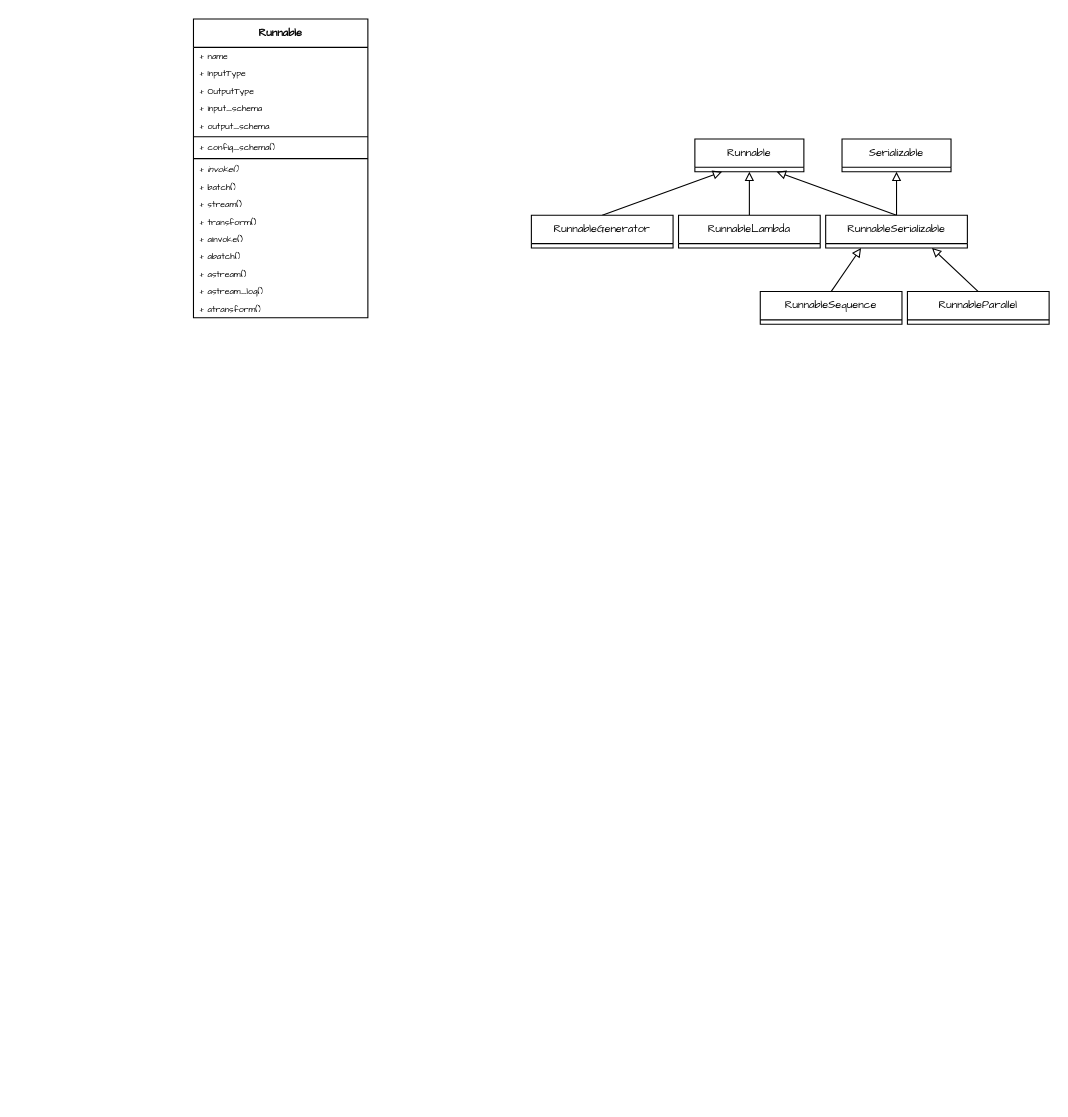
This is page "Runnable" (2 of 7) of Draw_Files/langchain.drawio from wangmu0115/WangMu, a draw.io file, before an edit. Source tidied: cells renumbered, new cells numbered last; positions are measured from the earlier drawing's top-left corner, leaving out a move shared by most shapes. Both pictures are drawn from the tidied source at 109%, with x=0, y=0 at pixel (193, 19).
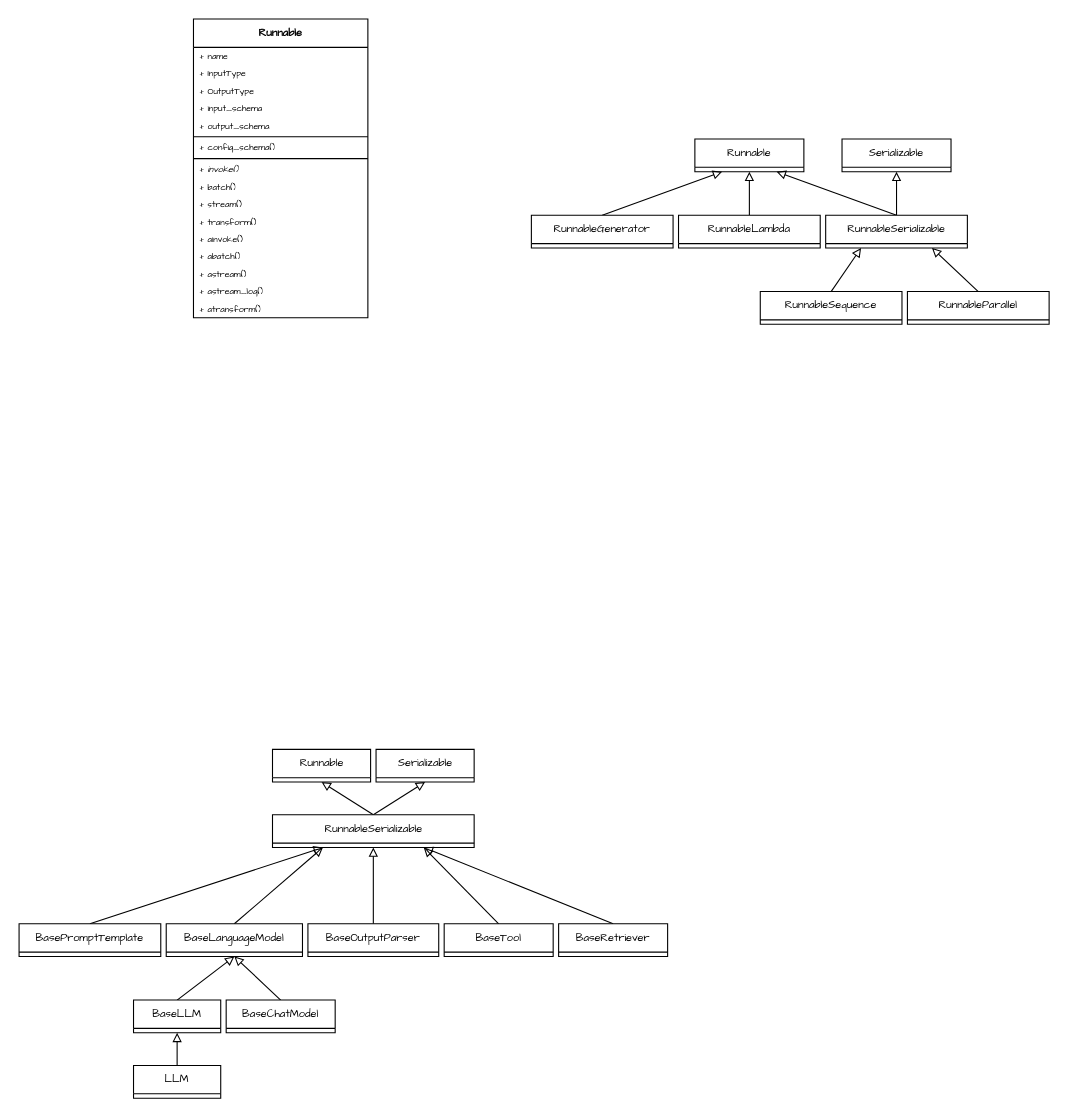
Above is the later version.

Diff of the diagram source:
```diff
@@
+    <mxCell id="33" value="Runnable" style="swimlane;fontStyle=0;align=center;verticalAlign=top;horizontal=1;startSize=26;whiteSpace=wrap;html=1;fontFamily=Comic Sans MS;fontSize=10;" parent="1" vertex="1" collapsed="1">
+      <mxGeometry x="72.5" y="670" width="90" height="30" as="geometry" />
+    </mxCell>
+    <mxCell id="34" value="Serializable" style="swimlane;fontStyle=0;align=center;verticalAlign=top;horizontal=1;startSize=26;whiteSpace=wrap;html=1;fontFamily=Comic Sans MS;fontSize=10;" parent="1" vertex="1" collapsed="1">
+      <mxGeometry x="167.5" y="670" width="90" height="30" as="geometry" />
+    </mxCell>
+    <mxCell id="35" style="rounded=0;jettySize=auto;html=1;exitX=0.5;exitY=0;exitDx=0;exitDy=0;entryX=0.5;entryY=1;entryDx=0;entryDy=0;endArrow=block;endFill=0;" parent="1" edge="1" source="37" target="33">
+      <mxGeometry relative="1" as="geometry" />
+    </mxCell>
+    <mxCell id="36" style="rounded=0;jettySize=auto;html=1;exitX=0.5;exitY=0;exitDx=0;exitDy=0;entryX=0.5;entryY=1;entryDx=0;entryDy=0;endArrow=block;endFill=0;" parent="1" edge="1" source="37" target="34">
+      <mxGeometry relative="1" as="geometry" />
+    </mxCell>
+    <mxCell id="37" value="RunnableSerializable" style="swimlane;fontStyle=0;align=center;verticalAlign=top;horizontal=1;startSize=26;whiteSpace=wrap;html=1;fontFamily=Comic Sans MS;fontSize=10;" parent="1" vertex="1" collapsed="1">
+      <mxGeometry x="72.5" y="730" width="185" height="30" as="geometry" />
+    </mxCell>
+    <mxCell id="38" style="rounded=0;jettySize=auto;html=1;exitX=0.5;exitY=0;exitDx=0;exitDy=0;entryX=0.25;entryY=1;entryDx=0;entryDy=0;endArrow=block;endFill=0;" parent="1" edge="1" source="39" target="37">
+      <mxGeometry relative="1" as="geometry" />
+    </mxCell>
+    <mxCell id="39" value="BasePromptTemplate" style="swimlane;fontStyle=0;align=center;verticalAlign=top;horizontal=1;startSize=26;whiteSpace=wrap;html=1;fontFamily=Comic Sans MS;fontSize=10;" parent="1" vertex="1" collapsed="1">
+      <mxGeometry x="-160" y="830" width="130" height="30" as="geometry" />
+    </mxCell>
+    <mxCell id="40" style="rounded=0;jettySize=auto;html=1;exitX=0.5;exitY=0;exitDx=0;exitDy=0;entryX=0.25;entryY=1;entryDx=0;entryDy=0;endArrow=block;endFill=0;" parent="1" edge="1" source="41" target="37">
+      <mxGeometry relative="1" as="geometry" />
+    </mxCell>
+    <mxCell id="41" value="BaseLanguageModel" style="swimlane;fontStyle=0;align=center;verticalAlign=top;horizontal=1;startSize=26;whiteSpace=wrap;html=1;fontFamily=Comic Sans MS;fontSize=10;" parent="1" vertex="1" collapsed="1">
+      <mxGeometry x="-25" y="830" width="125" height="30" as="geometry" />
+    </mxCell>
+    <mxCell id="42" style="rounded=0;jettySize=auto;html=1;exitX=0.5;exitY=0;exitDx=0;exitDy=0;entryX=0.5;entryY=1;entryDx=0;entryDy=0;endArrow=block;endFill=0;" parent="1" edge="1" source="43" target="41">
+      <mxGeometry relative="1" as="geometry" />
+    </mxCell>
+    <mxCell id="43" value="BaseLLM" style="swimlane;fontStyle=0;align=center;verticalAlign=top;horizontal=1;startSize=26;whiteSpace=wrap;html=1;fontFamily=Comic Sans MS;fontSize=10;" parent="1" vertex="1" collapsed="1">
+      <mxGeometry x="-55" y="900" width="80" height="30" as="geometry" />
+    </mxCell>
+    <mxCell id="44" style="rounded=0;jettySize=auto;html=1;exitX=0.5;exitY=0;exitDx=0;exitDy=0;entryX=0.5;entryY=1;entryDx=0;entryDy=0;endArrow=block;endFill=0;" parent="1" edge="1" source="45" target="41">
+      <mxGeometry relative="1" as="geometry" />
+    </mxCell>
+    <mxCell id="45" value="BaseChatModel" style="swimlane;fontStyle=0;align=center;verticalAlign=top;horizontal=1;startSize=26;whiteSpace=wrap;html=1;fontFamily=Comic Sans MS;fontSize=10;" parent="1" vertex="1" collapsed="1">
+      <mxGeometry x="30" y="900" width="100" height="30" as="geometry" />
+    </mxCell>
+    <mxCell id="46" style="rounded=0;jettySize=auto;html=1;exitX=0.5;exitY=0;exitDx=0;exitDy=0;entryX=0.5;entryY=1;entryDx=0;entryDy=0;endArrow=block;endFill=0;" parent="1" edge="1" source="47" target="43">
+      <mxGeometry relative="1" as="geometry" />
+    </mxCell>
+    <mxCell id="47" value="LLM" style="swimlane;fontStyle=0;align=center;verticalAlign=top;horizontal=1;startSize=26;whiteSpace=wrap;html=1;fontFamily=Comic Sans MS;fontSize=10;" parent="1" vertex="1" collapsed="1">
+      <mxGeometry x="-55" y="960" width="80" height="30" as="geometry" />
+    </mxCell>
+    <mxCell id="48" style="rounded=0;jettySize=auto;html=1;exitX=0.5;exitY=0;exitDx=0;exitDy=0;entryX=0.5;entryY=1;entryDx=0;entryDy=0;endArrow=block;endFill=0;" parent="1" edge="1" source="49" target="37">
+      <mxGeometry relative="1" as="geometry" />
+    </mxCell>
+    <mxCell id="49" value="BaseOutputParser" style="swimlane;fontStyle=0;align=center;verticalAlign=top;horizontal=1;startSize=26;whiteSpace=wrap;html=1;fontFamily=Comic Sans MS;fontSize=10;" parent="1" vertex="1" collapsed="1">
+      <mxGeometry x="105" y="830" width="120" height="30" as="geometry" />
+    </mxCell>
+    <mxCell id="50" style="rounded=0;jettySize=auto;html=1;exitX=0.5;exitY=0;exitDx=0;exitDy=0;endArrow=block;endFill=0;entryX=0.75;entryY=1;entryDx=0;entryDy=0;" parent="1" edge="1" source="51" target="37">
+      <mxGeometry relative="1" as="geometry" />
+    </mxCell>
+    <mxCell id="51" value="BaseTool" style="swimlane;fontStyle=0;align=center;verticalAlign=top;horizontal=1;startSize=26;whiteSpace=wrap;html=1;fontFamily=Comic Sans MS;fontSize=10;" parent="1" vertex="1" collapsed="1">
+      <mxGeometry x="230" y="830" width="100" height="30" as="geometry" />
+    </mxCell>
+    <mxCell id="52" style="rounded=0;jettySize=auto;html=1;exitX=0.5;exitY=0;exitDx=0;exitDy=0;entryX=0.75;entryY=1;entryDx=0;entryDy=0;endArrow=block;endFill=0;" parent="1" edge="1" source="53" target="37">
+      <mxGeometry relative="1" as="geometry" />
+    </mxCell>
+    <mxCell id="53" value="BaseRetriever" style="swimlane;fontStyle=0;align=center;verticalAlign=top;horizontal=1;startSize=26;whiteSpace=wrap;html=1;fontFamily=Comic Sans MS;fontSize=10;" parent="1" vertex="1" collapsed="1">
+      <mxGeometry x="335" y="830" width="100" height="30" as="geometry" />
+    </mxCell>
```
